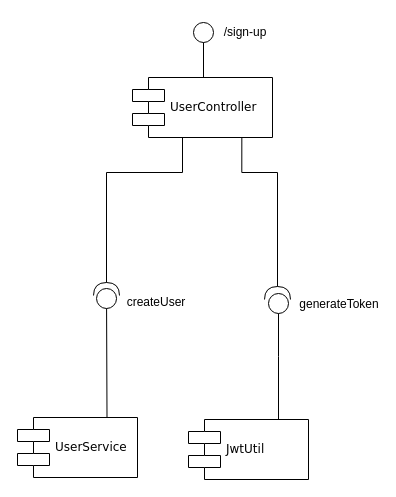
thesaintve/nttDataJavaTest keeps this draw.io diagram as docs/NTTtestComponentDiag.drawio. Above is the earlier version. Source tidied: cells renumbered, new cells numbered last; positions are measured from the earlier drawing's top-left corner, leaving out a move shared by most shapes. Both pictures are drawn from the tidied source at 100%, with x=0, y=0 at pixel (17, 17).
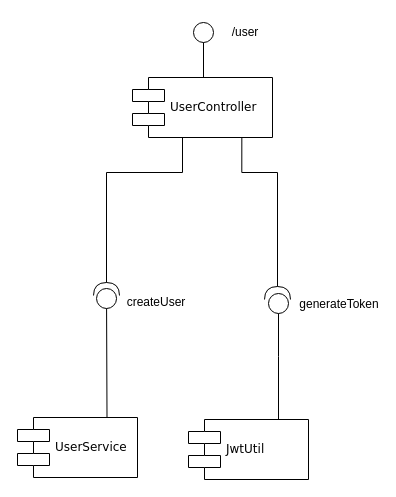
The same diagram, later.

What changed in the source:
```diff
@@
 <mxGraphModel>
   <root>
     <mxCell id="0" />
     <mxCell id="1" parent="0" />
     <mxCell id="2" style="edgeStyle=orthogonalEdgeStyle;rounded=0;orthogonalLoop=1;jettySize=auto;html=1;exitX=0.25;exitY=1;exitDx=0;exitDy=0;endArrow=halfCircle;endFill=0;endSize=11;" parent="1" edge="1">
       <mxGeometry relative="1" as="geometry">
         <mxPoint x="165" y="115" as="sourcePoint" />
         <mxPoint x="89" y="278" as="targetPoint" />
         <Array as="points">
           <mxPoint x="165" y="155" />
           <mxPoint x="89" y="155" />
         </Array>
       </mxGeometry>
     </mxCell>
     <mxCell id="3" value="UserController" style="shape=component;align=left;spacingLeft=36;rounded=0;shadow=0;comic=0;labelBackgroundColor=none;strokeWidth=1;fontFamily=Verdana;fontSize=12;html=1;" parent="1" vertex="1">
       <mxGeometry x="115" y="60" width="140" height="60" as="geometry" />
     </mxCell>
     <mxCell id="4" style="ellipse;whiteSpace=wrap;html=1;rounded=0;shadow=0;comic=0;labelBackgroundColor=none;strokeWidth=1;fontFamily=Verdana;fontSize=12;align=center;" parent="1" vertex="1">
       <mxGeometry x="176" y="5" width="20" height="20" as="geometry" />
     </mxCell>
     <mxCell id="5" style="edgeStyle=orthogonalEdgeStyle;rounded=0;jettySize=auto;html=1;exitX=0.75;exitY=0;exitDx=0;exitDy=0;endArrow=circle;endFill=0;endSize=9;" parent="1" edge="1" source="6">
       <mxGeometry relative="1" as="geometry">
         <mxPoint x="261" y="275" as="targetPoint" />
       </mxGeometry>
     </mxCell>
     <mxCell id="6" value="JwtUtil" style="shape=component;align=left;spacingLeft=36;rounded=0;shadow=0;comic=0;labelBackgroundColor=none;strokeWidth=1;fontFamily=Verdana;fontSize=12;html=1;" parent="1" vertex="1">
       <mxGeometry x="171" y="402" width="120" height="60" as="geometry" />
     </mxCell>
     <mxCell id="7" style="edgeStyle=elbowEdgeStyle;rounded=0;html=1;labelBackgroundColor=none;startArrow=none;startFill=0;startSize=8;endArrow=none;endFill=0;endSize=16;fontFamily=Verdana;fontSize=12;" parent="1" edge="1" source="4" target="3">
       <mxGeometry relative="1" as="geometry" />
     </mxCell>
     <mxCell id="8" style="edgeStyle=orthogonalEdgeStyle;rounded=0;orthogonalLoop=1;jettySize=auto;html=1;exitX=0.75;exitY=0;exitDx=0;exitDy=0;endArrow=circle;endFill=0;strokeWidth=1;endSize=9;" parent="1" edge="1">
       <mxGeometry relative="1" as="geometry">
         <mxPoint x="119" y="400" as="sourcePoint" />
         <mxPoint x="89" y="270" as="targetPoint" />
       </mxGeometry>
     </mxCell>
     <mxCell id="9" value="UserService" style="shape=component;align=left;spacingLeft=36;rounded=0;shadow=0;comic=0;labelBackgroundColor=none;strokeWidth=1;fontFamily=Verdana;fontSize=12;html=1;" parent="1" vertex="1">
       <mxGeometry y="400" width="120" height="60" as="geometry" />
     </mxCell>
     <mxCell id="10" value="createUser" style="text;html=1;strokeColor=none;fillColor=none;align=center;verticalAlign=middle;whiteSpace=wrap;rounded=0;" parent="1" vertex="1">
       <mxGeometry x="109" y="270" width="60" height="30" as="geometry" />
     </mxCell>
     <mxCell id="11" value="generateToken" style="text;html=1;strokeColor=none;fillColor=none;align=center;verticalAlign=middle;whiteSpace=wrap;rounded=0;" parent="1" vertex="1">
       <mxGeometry x="292" y="272" width="60" height="30" as="geometry" />
     </mxCell>
     <mxCell id="12" style="edgeStyle=orthogonalEdgeStyle;rounded=0;jettySize=auto;html=1;endArrow=halfCircle;endFill=0;endSize=11;exitX=0.781;exitY=0.996;exitDx=0;exitDy=0;exitPerimeter=0;" parent="1" edge="1" source="3">
       <mxGeometry relative="1" as="geometry">
         <mxPoint x="260" y="282" as="targetPoint" />
         <Array as="points">
           <mxPoint x="225" y="155" />
           <mxPoint x="260" y="155" />
         </Array>
       </mxGeometry>
     </mxCell>
-    <mxCell id="13" value="/sign-up" style="text;html=1;strokeColor=none;fillColor=none;align=center;verticalAlign=middle;whiteSpace=wrap;rounded=0;" parent="1" vertex="1">
+    <mxCell id="13" value="/user" style="text;html=1;strokeColor=none;fillColor=none;align=center;verticalAlign=middle;whiteSpace=wrap;rounded=0;" parent="1" vertex="1">
       <mxGeometry x="198" width="60" height="30" as="geometry" />
     </mxCell>
   </root>
 </mxGraphModel>
```
